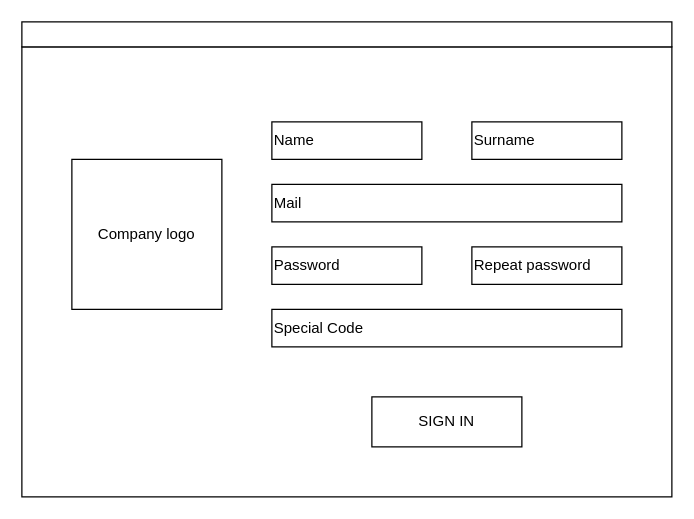
Earlier version of the draw.io diagram Documentation/Mockup/Files/employee_signin_gui.drawio (dariocurr/prsw_project). Source tidied: cells renumbered, new cells numbered last; positions are measured from the earlier drawing's top-left corner, leaving out a move shared by most shapes. Both pictures are drawn from the tidied source at 125%, with x=0, y=0 at pixel (21, 21).
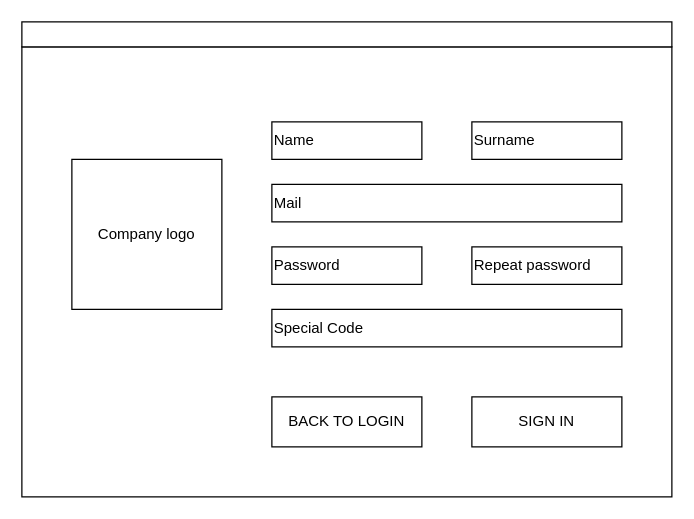
Above is the later version.

Change to the diagram source:
```diff
@@
 <mxGraphModel>
   <root>
     <mxCell id="0" />
     <mxCell id="1" parent="0" />
     <mxCell id="2" style="rounded=0;whiteSpace=wrap;html=1;fillColor=none;" parent="1" vertex="1">
       <mxGeometry y="20" width="520" height="360" as="geometry" />
     </mxCell>
     <mxCell id="3" style="rounded=0;whiteSpace=wrap;html=1;" parent="1" vertex="1">
       <mxGeometry width="520" height="20" as="geometry" />
     </mxCell>
     <mxCell id="4" value="Name" style="rounded=0;whiteSpace=wrap;html=1;fillColor=none;align=left;" parent="1" vertex="1">
       <mxGeometry x="200" y="80" width="120" height="30" as="geometry" />
     </mxCell>
     <mxCell id="5" value="Company logo" style="rounded=0;whiteSpace=wrap;html=1;fillColor=none;" parent="1" vertex="1">
       <mxGeometry x="40" y="110" width="120" height="120" as="geometry" />
     </mxCell>
     <mxCell id="6" value="SIGN IN" style="rounded=0;whiteSpace=wrap;html=1;fillColor=none;" parent="1" vertex="1">
-      <mxGeometry x="280" y="300" width="120" height="40" as="geometry" />
+      <mxGeometry x="360" y="300" width="120" height="40" as="geometry" />
     </mxCell>
     <mxCell id="7" value="Surname" style="rounded=0;whiteSpace=wrap;html=1;fillColor=none;align=left;" parent="1" vertex="1">
       <mxGeometry x="360" y="80" width="120" height="30" as="geometry" />
     </mxCell>
     <mxCell id="8" value="Mail" style="rounded=0;whiteSpace=wrap;html=1;fillColor=none;align=left;" parent="1" vertex="1">
       <mxGeometry x="200" y="130" width="280" height="30" as="geometry" />
     </mxCell>
     <mxCell id="9" value="Password" style="rounded=0;whiteSpace=wrap;html=1;fillColor=none;align=left;" parent="1" vertex="1">
       <mxGeometry x="200" y="180" width="120" height="30" as="geometry" />
     </mxCell>
     <mxCell id="10" value="Repeat password" style="rounded=0;whiteSpace=wrap;html=1;fillColor=none;align=left;" parent="1" vertex="1">
       <mxGeometry x="360" y="180" width="120" height="30" as="geometry" />
     </mxCell>
     <mxCell id="11" value="Special Code" style="rounded=0;whiteSpace=wrap;html=1;fillColor=none;align=left;" parent="1" vertex="1">
       <mxGeometry x="200" y="230" width="280" height="30" as="geometry" />
     </mxCell>
+    <mxCell id="12" value="BACK TO LOGIN" style="rounded=0;whiteSpace=wrap;html=1;fillColor=none;" parent="1" vertex="1">
+      <mxGeometry x="200" y="300" width="120" height="40" as="geometry" />
+    </mxCell>
   </root>
 </mxGraphModel>
```
